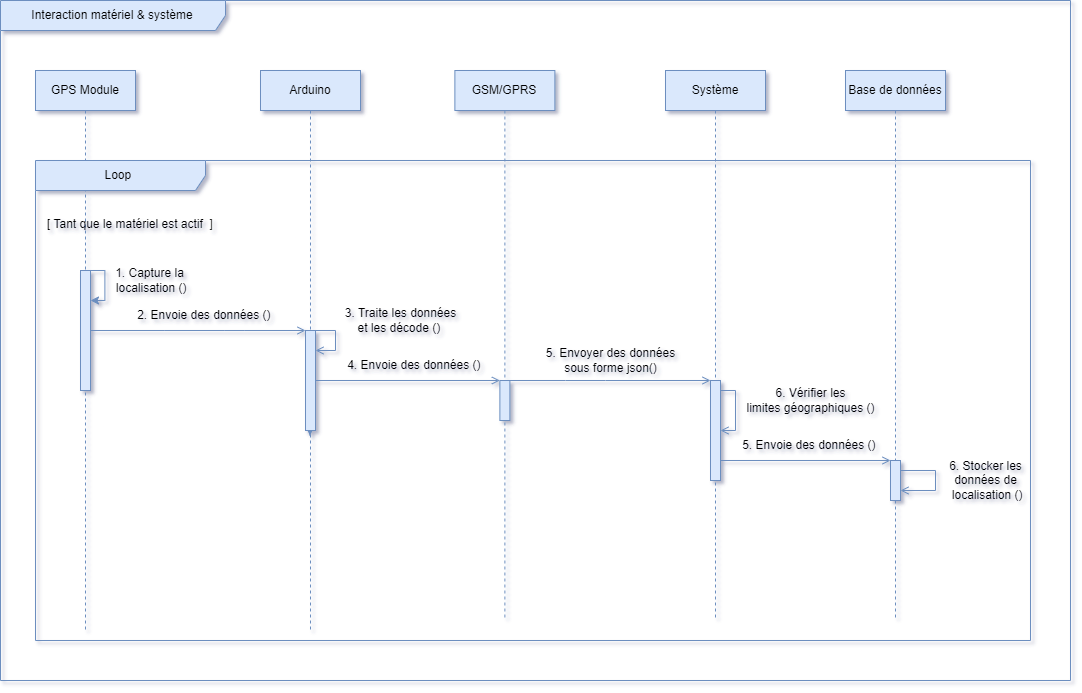
This is diagrammes/Diagramme de sequence system & materials.png from AmineLadrem/Tracking-Containers, a draw.io export, as it was before one commit. Source tidied: cells renumbered, new cells last; positions are measured from the earlier drawing's top-left corner, leaving out a move shared by most shapes. Source of this version:
```xml
<mxGraphModel>
  <root>
    <mxCell id="0" />
    <mxCell id="1" parent="0" />
    <mxCell id="2" value="Interaction matériel&amp;nbsp;&amp;amp; système" style="shape=umlFrame;whiteSpace=wrap;html=1;width=225;fillColor=#dae8fc;strokeColor=#6c8ebf;height=30;" parent="1" vertex="1">
      <mxGeometry width="1070" height="680" as="geometry" />
    </mxCell>
    <mxCell id="3" value="GPS Module" style="shape=umlLifeline;perimeter=lifelinePerimeter;whiteSpace=wrap;html=1;newEdgeStyle={&quot;edgeStyle&quot;:&quot;elbowEdgeStyle&quot;,&quot;elbow&quot;:&quot;vertical&quot;,&quot;curved&quot;:0,&quot;rounded&quot;:0};fillColor=#dae8fc;strokeColor=#6c8ebf;" parent="2" vertex="1">
      <mxGeometry x="35" y="70" width="100" height="560" as="geometry" />
    </mxCell>
    <mxCell id="4" style="html=1;points=[];perimeter=orthogonalPerimeter;outlineConnect=0;targetShapes=umlLifeline;portConstraint=eastwest;newEdgeStyle={&quot;edgeStyle&quot;:&quot;elbowEdgeStyle&quot;,&quot;elbow&quot;:&quot;vertical&quot;,&quot;curved&quot;:0,&quot;rounded&quot;:0};fillColor=#dae8fc;strokeColor=#6c8ebf;" parent="3" vertex="1">
      <mxGeometry x="45" y="200" width="10" height="120" as="geometry" />
    </mxCell>
    <mxCell id="5" style="edgeStyle=none;orthogonalLoop=1;jettySize=auto;html=1;rounded=0;fillColor=#dae8fc;strokeColor=#6c8ebf;" parent="3" edge="1" source="4" target="4">
      <mxGeometry relative="1" as="geometry">
        <Array as="points">
          <mxPoint x="69.4" y="200" />
          <mxPoint x="69.4" y="230" />
        </Array>
      </mxGeometry>
    </mxCell>
    <mxCell id="6" style="edgeStyle=elbowEdgeStyle;rounded=0;orthogonalLoop=1;jettySize=auto;html=1;elbow=vertical;curved=0;fillColor=#dae8fc;strokeColor=#6c8ebf;" parent="2" edge="1">
      <mxGeometry relative="1" as="geometry">
        <mxPoint x="309.5" y="435" as="sourcePoint" />
        <mxPoint x="309.5" y="435" as="targetPoint" />
        <Array as="points">
          <mxPoint x="335" y="420" />
        </Array>
      </mxGeometry>
    </mxCell>
    <mxCell id="7" value="1. Capture la&lt;br&gt;&amp;nbsp;localisation ()" style="text;html=1;align=center;verticalAlign=middle;strokeColor=none;fillColor=none;" parent="2" vertex="1">
      <mxGeometry x="99.4" y="260" width="100" height="40" as="geometry" />
    </mxCell>
    <mxCell id="8" style="edgeStyle=none;jettySize=auto;html=1;rounded=0;fillColor=#dae8fc;strokeColor=#6c8ebf;endArrow=open;endFill=0;" parent="2" edge="1" source="4" target="10">
      <mxGeometry relative="1" as="geometry">
        <Array as="points">
          <mxPoint x="164.4" y="330" />
          <mxPoint x="224.4" y="330" />
          <mxPoint x="244.4" y="330" />
        </Array>
      </mxGeometry>
    </mxCell>
    <mxCell id="9" value="Arduino" style="shape=umlLifeline;perimeter=lifelinePerimeter;whiteSpace=wrap;html=1;newEdgeStyle={&quot;edgeStyle&quot;:&quot;elbowEdgeStyle&quot;,&quot;elbow&quot;:&quot;vertical&quot;,&quot;curved&quot;:0,&quot;rounded&quot;:0};fillColor=#dae8fc;strokeColor=#6c8ebf;" parent="2" vertex="1">
      <mxGeometry x="260" y="70" width="100" height="560" as="geometry" />
    </mxCell>
    <mxCell id="10" style="html=1;points=[];perimeter=orthogonalPerimeter;outlineConnect=0;targetShapes=umlLifeline;portConstraint=eastwest;newEdgeStyle={&quot;edgeStyle&quot;:&quot;elbowEdgeStyle&quot;,&quot;elbow&quot;:&quot;vertical&quot;,&quot;curved&quot;:0,&quot;rounded&quot;:0};fillColor=#dae8fc;strokeColor=#6c8ebf;" parent="9" vertex="1">
      <mxGeometry x="45" y="260" width="10" height="100" as="geometry" />
    </mxCell>
    <mxCell id="11" style="edgeStyle=none;orthogonalLoop=1;jettySize=auto;html=1;rounded=0;fillColor=#dae8fc;strokeColor=#6c8ebf;endArrow=open;endFill=0;" parent="9" edge="1" source="10" target="10">
      <mxGeometry relative="1" as="geometry">
        <Array as="points">
          <mxPoint x="75" y="260" />
          <mxPoint x="75" y="280" />
        </Array>
      </mxGeometry>
    </mxCell>
    <mxCell id="12" value="2. Envoie des données ()&amp;nbsp;" style="text;html=1;align=center;verticalAlign=middle;strokeColor=none;fillColor=none;" parent="2" vertex="1">
      <mxGeometry x="125" y="300" width="160" height="30" as="geometry" />
    </mxCell>
    <mxCell id="13" value="Système" style="shape=umlLifeline;perimeter=lifelinePerimeter;whiteSpace=wrap;html=1;newEdgeStyle={&quot;edgeStyle&quot;:&quot;elbowEdgeStyle&quot;,&quot;elbow&quot;:&quot;vertical&quot;,&quot;curved&quot;:0,&quot;rounded&quot;:0};fillColor=#dae8fc;strokeColor=#6c8ebf;" parent="2" vertex="1">
      <mxGeometry x="665" y="70" width="100" height="550" as="geometry" />
    </mxCell>
    <mxCell id="14" style="html=1;points=[];perimeter=orthogonalPerimeter;outlineConnect=0;targetShapes=umlLifeline;portConstraint=eastwest;newEdgeStyle={&quot;edgeStyle&quot;:&quot;elbowEdgeStyle&quot;,&quot;elbow&quot;:&quot;vertical&quot;,&quot;curved&quot;:0,&quot;rounded&quot;:0};fillColor=#dae8fc;strokeColor=#6c8ebf;" parent="13" vertex="1">
      <mxGeometry x="45" y="310" width="10" height="100" as="geometry" />
    </mxCell>
    <mxCell id="15" style="edgeStyle=none;orthogonalLoop=1;jettySize=auto;html=1;rounded=0;fillColor=#dae8fc;strokeColor=#6c8ebf;endArrow=open;endFill=0;" parent="13" edge="1" source="14" target="14">
      <mxGeometry relative="1" as="geometry">
        <Array as="points">
          <mxPoint x="70" y="320" />
          <mxPoint x="70" y="360" />
        </Array>
      </mxGeometry>
    </mxCell>
    <mxCell id="16" value="3.&amp;nbsp;Traite les données &lt;br&gt;et les décode ()&amp;nbsp;" style="text;html=1;align=center;verticalAlign=middle;strokeColor=none;fillColor=none;" parent="2" vertex="1">
      <mxGeometry x="335" y="300" width="130" height="40" as="geometry" />
    </mxCell>
    <mxCell id="17" value="GSM/GPRS" style="shape=umlLifeline;perimeter=lifelinePerimeter;whiteSpace=wrap;html=1;newEdgeStyle={&quot;edgeStyle&quot;:&quot;elbowEdgeStyle&quot;,&quot;elbow&quot;:&quot;vertical&quot;,&quot;curved&quot;:0,&quot;rounded&quot;:0};fillColor=#dae8fc;strokeColor=#6c8ebf;" parent="2" vertex="1">
      <mxGeometry x="454.4" y="70" width="100" height="550" as="geometry" />
    </mxCell>
    <mxCell id="18" style="html=1;points=[];perimeter=orthogonalPerimeter;outlineConnect=0;targetShapes=umlLifeline;portConstraint=eastwest;newEdgeStyle={&quot;edgeStyle&quot;:&quot;elbowEdgeStyle&quot;,&quot;elbow&quot;:&quot;vertical&quot;,&quot;curved&quot;:0,&quot;rounded&quot;:0};fillColor=#dae8fc;strokeColor=#6c8ebf;" parent="17" vertex="1">
      <mxGeometry x="45" y="310" width="10" height="40" as="geometry" />
    </mxCell>
    <mxCell id="19" value="Base de données" style="shape=umlLifeline;perimeter=lifelinePerimeter;whiteSpace=wrap;html=1;newEdgeStyle={&quot;edgeStyle&quot;:&quot;elbowEdgeStyle&quot;,&quot;elbow&quot;:&quot;vertical&quot;,&quot;curved&quot;:0,&quot;rounded&quot;:0};fillColor=#dae8fc;strokeColor=#6c8ebf;" parent="2" vertex="1">
      <mxGeometry x="845" y="70" width="100" height="550" as="geometry" />
    </mxCell>
    <mxCell id="20" style="html=1;points=[];perimeter=orthogonalPerimeter;outlineConnect=0;targetShapes=umlLifeline;portConstraint=eastwest;newEdgeStyle={&quot;edgeStyle&quot;:&quot;elbowEdgeStyle&quot;,&quot;elbow&quot;:&quot;vertical&quot;,&quot;curved&quot;:0,&quot;rounded&quot;:0};fillColor=#dae8fc;strokeColor=#6c8ebf;" parent="19" vertex="1">
      <mxGeometry x="45" y="390" width="10" height="40" as="geometry" />
    </mxCell>
    <mxCell id="21" style="edgeStyle=none;orthogonalLoop=1;jettySize=auto;html=1;rounded=0;endArrow=open;endFill=0;fillColor=#dae8fc;strokeColor=#6c8ebf;" parent="19" edge="1" source="20" target="20">
      <mxGeometry relative="1" as="geometry">
        <Array as="points">
          <mxPoint x="90" y="400" />
        </Array>
      </mxGeometry>
    </mxCell>
    <mxCell id="22" style="edgeStyle=none;jettySize=auto;html=1;rounded=0;fillColor=#dae8fc;strokeColor=#6c8ebf;endArrow=open;endFill=0;" parent="2" edge="1" source="10" target="18">
      <mxGeometry relative="1" as="geometry" />
    </mxCell>
    <mxCell id="23" value="4. Envoie des données ()&amp;nbsp;" style="text;html=1;align=center;verticalAlign=middle;strokeColor=none;fillColor=none;" parent="2" vertex="1">
      <mxGeometry x="335" y="350" width="160" height="30" as="geometry" />
    </mxCell>
    <mxCell id="24" style="edgeStyle=none;jettySize=auto;html=1;rounded=0;fillColor=#dae8fc;strokeColor=#6c8ebf;endArrow=open;endFill=0;" parent="2" edge="1" source="18" target="14">
      <mxGeometry relative="1" as="geometry">
        <Array as="points">
          <mxPoint x="565" y="380" />
          <mxPoint x="605" y="380" />
        </Array>
      </mxGeometry>
    </mxCell>
    <mxCell id="25" value="5. Envoyer des données&lt;br&gt;&amp;nbsp;sous forme json()&amp;nbsp;" style="text;html=1;align=center;verticalAlign=middle;strokeColor=none;fillColor=none;" parent="2" vertex="1">
      <mxGeometry x="535" y="340" width="150" height="40" as="geometry" />
    </mxCell>
    <mxCell id="26" value="6. Vérifier les &lt;br&gt;limites géographiques&amp;nbsp;()" style="text;html=1;align=center;verticalAlign=middle;strokeColor=none;fillColor=none;" parent="2" vertex="1">
      <mxGeometry x="735" y="380" width="150" height="40" as="geometry" />
    </mxCell>
    <mxCell id="27" style="edgeStyle=none;jettySize=auto;html=1;rounded=0;fillColor=#dae8fc;strokeColor=#6c8ebf;endArrow=open;endFill=0;" parent="2" edge="1" source="14" target="20">
      <mxGeometry relative="1" as="geometry" />
    </mxCell>
    <mxCell id="28" value="5. Envoie des données ()&amp;nbsp;" style="text;html=1;align=center;verticalAlign=middle;strokeColor=none;fillColor=none;" parent="2" vertex="1">
      <mxGeometry x="730" y="430" width="160" height="30" as="geometry" />
    </mxCell>
    <mxCell id="29" value="6.&amp;nbsp;Stocker les &lt;br&gt;données de&lt;br&gt;&amp;nbsp;localisation ()" style="text;html=1;align=center;verticalAlign=middle;strokeColor=none;fillColor=none;" parent="2" vertex="1">
      <mxGeometry x="935" y="450" width="100" height="60" as="geometry" />
    </mxCell>
    <mxCell id="30" value="Loop&amp;nbsp;" style="shape=umlFrame;whiteSpace=wrap;html=1;width=170;fillColor=#dae8fc;strokeColor=#6c8ebf;" parent="2" vertex="1">
      <mxGeometry x="35" y="160" width="995" height="480" as="geometry" />
    </mxCell>
    <mxCell id="31" value="[&amp;nbsp;Tant que le matériel est actif&amp;nbsp; ]" style="text;html=1;" parent="30" vertex="1">
      <mxGeometry width="100" height="20" relative="1" as="geometry">
        <mxPoint x="10" y="50" as="offset" />
      </mxGeometry>
    </mxCell>
  </root>
</mxGraphModel>
```
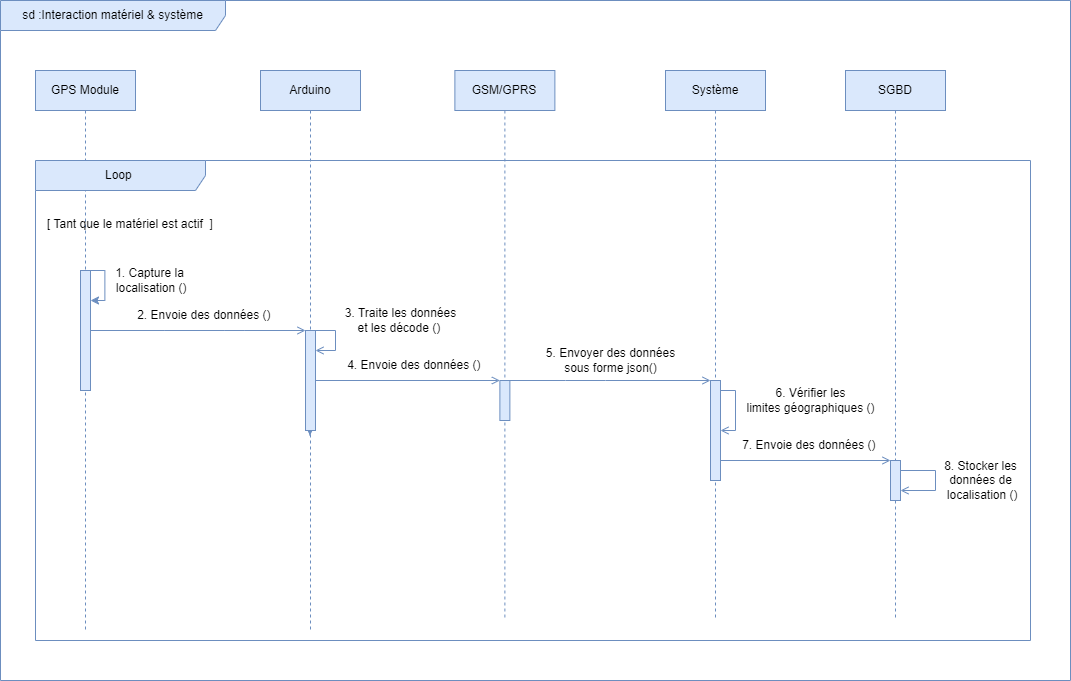
Above is the later version.

Change to the diagram source:
```diff
@@ -2,7 +2,7 @@
   <root>
     <mxCell id="0" />
     <mxCell id="1" parent="0" />
-    <mxCell id="2" value="Interaction matériel&amp;nbsp;&amp;amp; système" style="shape=umlFrame;whiteSpace=wrap;html=1;width=225;fillColor=#dae8fc;strokeColor=#6c8ebf;height=30;" parent="1" vertex="1">
+    <mxCell id="2" value="sd :Interaction matériel&amp;nbsp;&amp;amp; système" style="shape=umlFrame;whiteSpace=wrap;html=1;width=225;fillColor=#dae8fc;strokeColor=#6c8ebf;height=30;" parent="1" vertex="1">
       <mxGeometry width="1070" height="680" as="geometry" />
     </mxCell>
     <mxCell id="3" value="GPS Module" style="shape=umlLifeline;perimeter=lifelinePerimeter;whiteSpace=wrap;html=1;newEdgeStyle={&quot;edgeStyle&quot;:&quot;elbowEdgeStyle&quot;,&quot;elbow&quot;:&quot;vertical&quot;,&quot;curved&quot;:0,&quot;rounded&quot;:0};fillColor=#dae8fc;strokeColor=#6c8ebf;" parent="2" vertex="1">
@@ -80,7 +80,7 @@
     <mxCell id="18" style="html=1;points=[];perimeter=orthogonalPerimeter;outlineConnect=0;targetShapes=umlLifeline;portConstraint=eastwest;newEdgeStyle={&quot;edgeStyle&quot;:&quot;elbowEdgeStyle&quot;,&quot;elbow&quot;:&quot;vertical&quot;,&quot;curved&quot;:0,&quot;rounded&quot;:0};fillColor=#dae8fc;strokeColor=#6c8ebf;" parent="17" vertex="1">
       <mxGeometry x="45" y="310" width="10" height="40" as="geometry" />
     </mxCell>
-    <mxCell id="19" value="Base de données" style="shape=umlLifeline;perimeter=lifelinePerimeter;whiteSpace=wrap;html=1;newEdgeStyle={&quot;edgeStyle&quot;:&quot;elbowEdgeStyle&quot;,&quot;elbow&quot;:&quot;vertical&quot;,&quot;curved&quot;:0,&quot;rounded&quot;:0};fillColor=#dae8fc;strokeColor=#6c8ebf;" parent="2" vertex="1">
+    <mxCell id="19" value="SGBD" style="shape=umlLifeline;perimeter=lifelinePerimeter;whiteSpace=wrap;html=1;newEdgeStyle={&quot;edgeStyle&quot;:&quot;elbowEdgeStyle&quot;,&quot;elbow&quot;:&quot;vertical&quot;,&quot;curved&quot;:0,&quot;rounded&quot;:0};fillColor=#dae8fc;strokeColor=#6c8ebf;" parent="2" vertex="1">
       <mxGeometry x="845" y="70" width="100" height="550" as="geometry" />
     </mxCell>
     <mxCell id="20" style="html=1;points=[];perimeter=orthogonalPerimeter;outlineConnect=0;targetShapes=umlLifeline;portConstraint=eastwest;newEdgeStyle={&quot;edgeStyle&quot;:&quot;elbowEdgeStyle&quot;,&quot;elbow&quot;:&quot;vertical&quot;,&quot;curved&quot;:0,&quot;rounded&quot;:0};fillColor=#dae8fc;strokeColor=#6c8ebf;" parent="19" vertex="1">
@@ -116,12 +116,9 @@
     <mxCell id="27" style="edgeStyle=none;jettySize=auto;html=1;rounded=0;fillColor=#dae8fc;strokeColor=#6c8ebf;endArrow=open;endFill=0;" parent="2" edge="1" source="14" target="20">
       <mxGeometry relative="1" as="geometry" />
     </mxCell>
-    <mxCell id="28" value="5. Envoie des données ()&amp;nbsp;" style="text;html=1;align=center;verticalAlign=middle;strokeColor=none;fillColor=none;" parent="2" vertex="1">
+    <mxCell id="28" value="7. Envoie des données ()&amp;nbsp;" style="text;html=1;align=center;verticalAlign=middle;strokeColor=none;fillColor=none;" parent="2" vertex="1">
       <mxGeometry x="730" y="430" width="160" height="30" as="geometry" />
     </mxCell>
-    <mxCell id="29" value="6.&amp;nbsp;Stocker les &lt;br&gt;données de&lt;br&gt;&amp;nbsp;localisation ()" style="text;html=1;align=center;verticalAlign=middle;strokeColor=none;fillColor=none;" parent="2" vertex="1">
-      <mxGeometry x="935" y="450" width="100" height="60" as="geometry" />
-    </mxCell>
     <mxCell id="30" value="Loop&amp;nbsp;" style="shape=umlFrame;whiteSpace=wrap;html=1;width=170;fillColor=#dae8fc;strokeColor=#6c8ebf;" parent="2" vertex="1">
       <mxGeometry x="35" y="160" width="995" height="480" as="geometry" />
     </mxCell>
@@ -130,5 +127,8 @@
         <mxPoint x="10" y="50" as="offset" />
       </mxGeometry>
     </mxCell>
+    <mxCell id="29" value="8.&amp;nbsp;Stocker les &lt;br&gt;données de&lt;br&gt;&amp;nbsp;localisation ()" style="text;html=1;align=center;verticalAlign=middle;strokeColor=none;fillColor=none;" parent="30" vertex="1">
+      <mxGeometry x="895" y="290" width="100" height="60" as="geometry" />
+    </mxCell>
   </root>
 </mxGraphModel>
```
